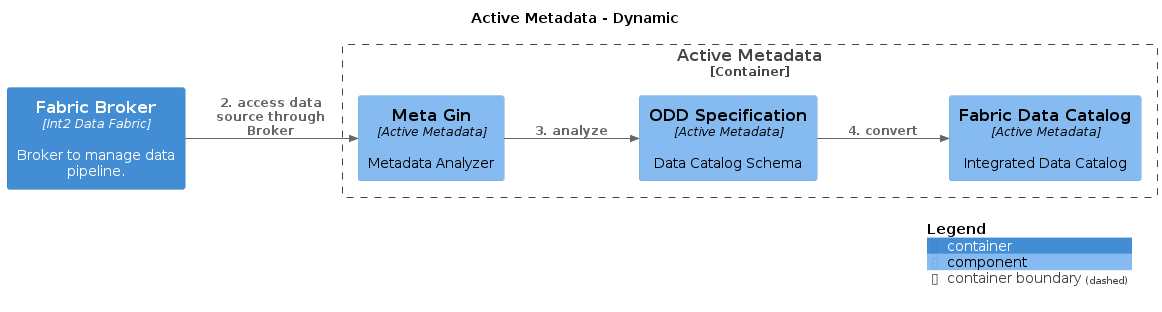
IntellectusCorp/data-fabric-docs keeps this PlantUML diagram as master/png/WorkflowBuildingFabricDataCatalog.png. Above is the earlier version. Its diagram source:
```plantuml
@startuml
set separator none
title Active Metadata - Dynamic

left to right direction

!include <C4/C4>
!include <C4/C4_Context>
!include <C4/C4_Container>
!include <C4/C4_Component>

Container_Boundary("DataFabric.ActiveMetadata_boundary", "Active Metadata", $tags="") {
  Component(DataFabric.ActiveMetadata.MetaGin, "Meta Gin", $techn="Active Metadata", $descr="Metadata Analyzer", $tags="", $link="")
  Component(DataFabric.ActiveMetadata.ODDSpecification, "ODD Specification", $techn="Active Metadata", $descr="Data Catalog Schema", $tags="", $link="")
  Component(DataFabric.ActiveMetadata.FabricDataCatalog, "Fabric Data Catalog", $techn="Active Metadata", $descr="Integrated Data Catalog", $tags="", $link="")
}

Container(DataFabric.FabricBroker, "Fabric Broker", $techn="Int2 Data Fabric", $descr="Broker to manage data pipeline.", $tags="", $link="")

Rel_D(DataFabric.FabricBroker, DataFabric.ActiveMetadata.MetaGin, "2. access data source through Broker", $techn="", $tags="", $link="")
Rel_D(DataFabric.ActiveMetadata.MetaGin, DataFabric.ActiveMetadata.ODDSpecification, "3. analyze", $techn="", $tags="", $link="")
Rel_D(DataFabric.ActiveMetadata.ODDSpecification, DataFabric.ActiveMetadata.FabricDataCatalog, "4. convert", $techn="", $tags="", $link="")

SHOW_LEGEND(true)
@enduml
```
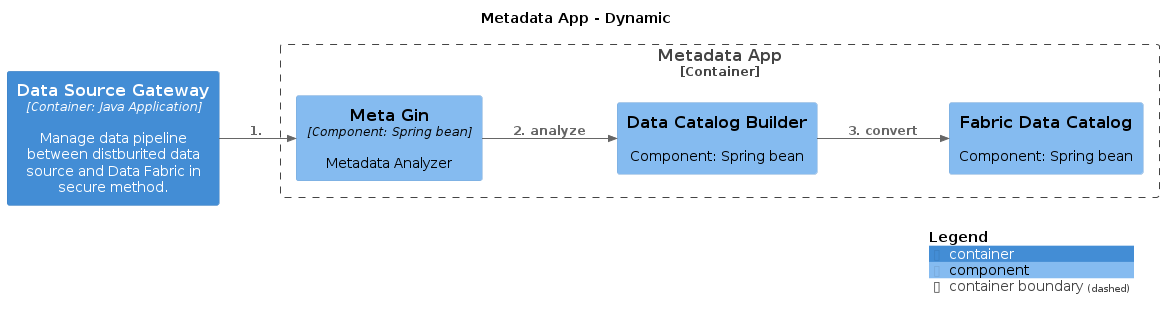
The same diagram one commit later.

The edit, as a diff of the source:
```diff
@@ -1,6 +1,6 @@
 @startuml
 set separator none
-title Active Metadata - Dynamic
+title Metadata App - Dynamic
 
 left to right direction
 
@@ -9,17 +9,17 @@
 !include <C4/C4_Container>
 !include <C4/C4_Component>
 
-Container_Boundary("DataFabric.ActiveMetadata_boundary", "Active Metadata", $tags="") {
-  Component(DataFabric.ActiveMetadata.MetaGin, "Meta Gin", $techn="Active Metadata", $descr="Metadata Analyzer", $tags="", $link="")
-  Component(DataFabric.ActiveMetadata.ODDSpecification, "ODD Specification", $techn="Active Metadata", $descr="Data Catalog Schema", $tags="", $link="")
-  Component(DataFabric.ActiveMetadata.FabricDataCatalog, "Fabric Data Catalog", $techn="Active Metadata", $descr="Integrated Data Catalog", $tags="", $link="")
+Container_Boundary("DataFabric.MetadataApp_boundary", "Metadata App", $tags="") {
+  Component(DataFabric.MetadataApp.MetaGin, "Meta Gin", $techn="Component: Spring bean", $descr="Metadata Analyzer", $tags="", $link="")
+  Component(DataFabric.MetadataApp.DataCatalogBuilder, "Data Catalog Builder", $techn="", $descr="Component: Spring bean", $tags="", $link="")
+  Component(DataFabric.MetadataApp.FabricDataCatalog, "Fabric Data Catalog", $techn="", $descr="Component: Spring bean", $tags="", $link="")
 }
 
-Container(DataFabric.FabricBroker, "Fabric Broker", $techn="Int2 Data Fabric", $descr="Broker to manage data pipeline.", $tags="", $link="")
+Container(DataFabric.DataSourceGateway, "Data Source Gateway", $techn="Container: Java Application", $descr="Manage data pipeline between distburited data source and Data Fabric in secure method.", $tags="", $link="")
 
-Rel_D(DataFabric.FabricBroker, DataFabric.ActiveMetadata.MetaGin, "2. access data source through Broker", $techn="", $tags="", $link="")
-Rel_D(DataFabric.ActiveMetadata.MetaGin, DataFabric.ActiveMetadata.ODDSpecification, "3. analyze", $techn="", $tags="", $link="")
-Rel_D(DataFabric.ActiveMetadata.ODDSpecification, DataFabric.ActiveMetadata.FabricDataCatalog, "4. convert", $techn="", $tags="", $link="")
+Rel_D(DataFabric.DataSourceGateway, DataFabric.MetadataApp.MetaGin, "1. ", $techn="", $tags="", $link="")
+Rel_D(DataFabric.MetadataApp.MetaGin, DataFabric.MetadataApp.DataCatalogBuilder, "2. analyze", $techn="", $tags="", $link="")
+Rel_D(DataFabric.MetadataApp.DataCatalogBuilder, DataFabric.MetadataApp.FabricDataCatalog, "3. convert", $techn="", $tags="", $link="")
 
 SHOW_LEGEND(true)
 @enduml
```
